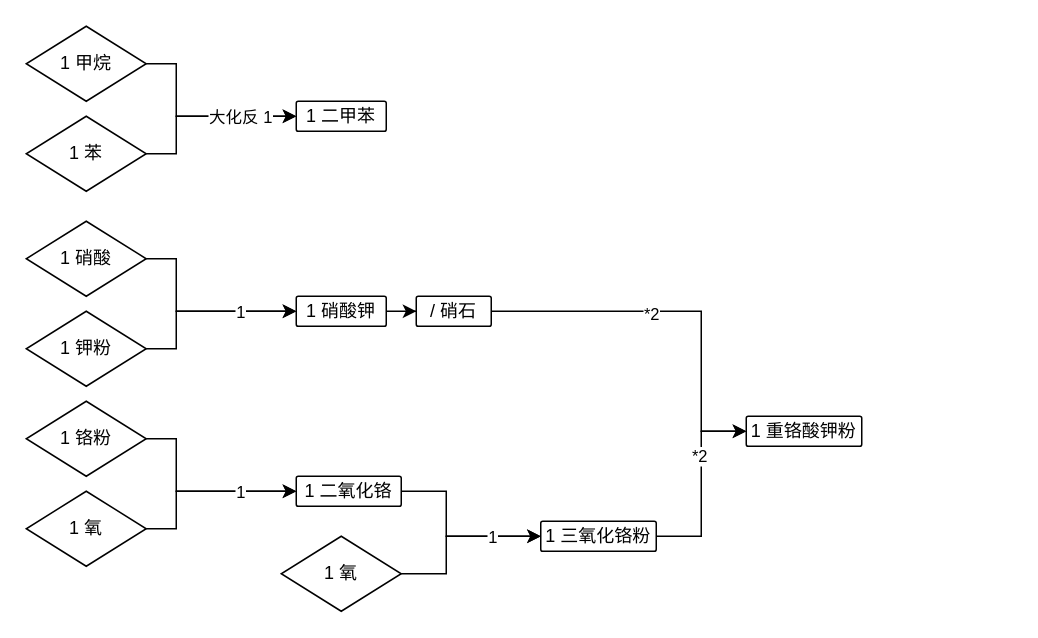
The draw.io diagram 聚苯并咪唑.drawio in ShirasawaSama/GTNH, before the edit. Source tidied: cells renumbered, new cells numbered last; positions are measured from the earlier drawing's top-left corner, leaving out a move shared by most shapes. Both pictures are drawn from the tidied source at 150%, with x=0, y=0 at pixel (26, 26).
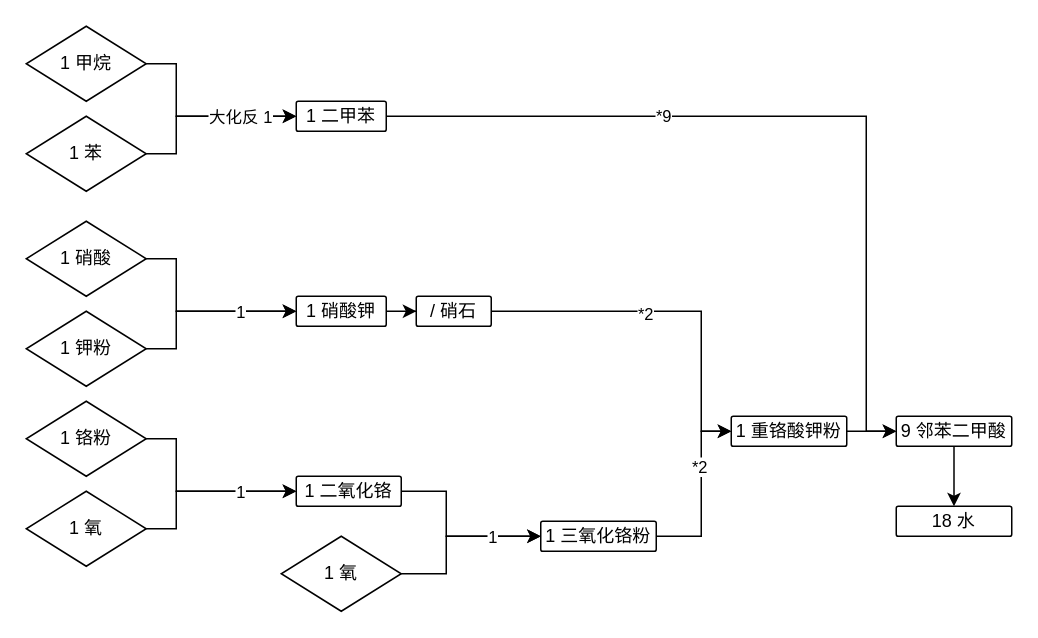
After the change.

Commit message (it also covers changes not shown here):
更新聚苯并咪唑.drawio

Unchanged cells that the change refers to:
```xml
<mxCell id="7" value="1 二甲苯" style="rounded=1;whiteSpace=wrap;html=1;arcSize=7;" parent="1" vertex="1">
  <mxGeometry x="180" y="50" width="60" height="20" as="geometry" />
</mxCell>
<mxCell id="27" value="1 三氧化铬粉" style="rounded=1;whiteSpace=wrap;html=1;arcSize=7;" parent="1" vertex="1">
  <mxGeometry x="343" y="330" width="77" height="20" as="geometry" />
</mxCell>
```

The edit, as a diff of the source:
```diff
@@
+    <mxCell id="32" style="edgeStyle=orthogonalEdgeStyle;rounded=0;jettySize=auto;html=1;entryX=0;entryY=0.5;entryDx=0;entryDy=0;" parent="1" edge="1" source="7" target="36">
+      <mxGeometry relative="1" as="geometry">
+        <Array as="points">
+          <mxPoint x="560" y="60" />
+          <mxPoint x="560" y="270" />
+        </Array>
+      </mxGeometry>
+    </mxCell>
+    <mxCell id="33" value="*9" style="edgeLabel;html=1;align=center;verticalAlign=middle;" parent="32" vertex="1">
+      <mxGeometry x="-0.33" y="1" relative="1" as="geometry" />
+    </mxCell>
@@
     <mxCell id="25" style="edgeStyle=orthogonalEdgeStyle;rounded=0;jettySize=auto;html=1;entryX=0;entryY=0.5;entryDx=0;entryDy=0;" parent="1" edge="1" source="27" target="31">
-      <mxGeometry relative="1" as="geometry" />
+      <mxGeometry relative="1" as="geometry">
+        <Array as="points">
+          <mxPoint x="450" y="340" />
+          <mxPoint x="450" y="270" />
+        </Array>
+      </mxGeometry>
     </mxCell>
@@
+    <mxCell id="34" style="edgeStyle=orthogonalEdgeStyle;rounded=0;jettySize=auto;html=1;entryX=0;entryY=0.5;entryDx=0;entryDy=0;" parent="1" edge="1" source="31" target="36">
+      <mxGeometry relative="1" as="geometry" />
+    </mxCell>
     <mxCell id="31" value="1 重铬酸钾粉" style="rounded=1;whiteSpace=wrap;html=1;arcSize=7;" parent="1" vertex="1">
-      <mxGeometry x="480" y="260" width="77" height="20" as="geometry" />
+      <mxGeometry x="470" y="260" width="77" height="20" as="geometry" />
     </mxCell>
+    <mxCell id="35" style="edgeStyle=orthogonalEdgeStyle;rounded=0;jettySize=auto;html=1;exitX=0.5;exitY=1;exitDx=0;exitDy=0;entryX=0.5;entryY=0;entryDx=0;entryDy=0;" parent="1" edge="1" source="36" target="37">
+      <mxGeometry relative="1" as="geometry" />
+    </mxCell>
+    <mxCell id="36" value="9 邻苯二甲酸" style="rounded=1;whiteSpace=wrap;html=1;arcSize=7;" parent="1" vertex="1">
+      <mxGeometry x="580" y="260" width="77" height="20" as="geometry" />
+    </mxCell>
+    <mxCell id="37" value="18 水" style="rounded=1;whiteSpace=wrap;html=1;arcSize=7;" parent="1" vertex="1">
+      <mxGeometry x="580" y="320" width="77" height="20" as="geometry" />
+    </mxCell>
```
